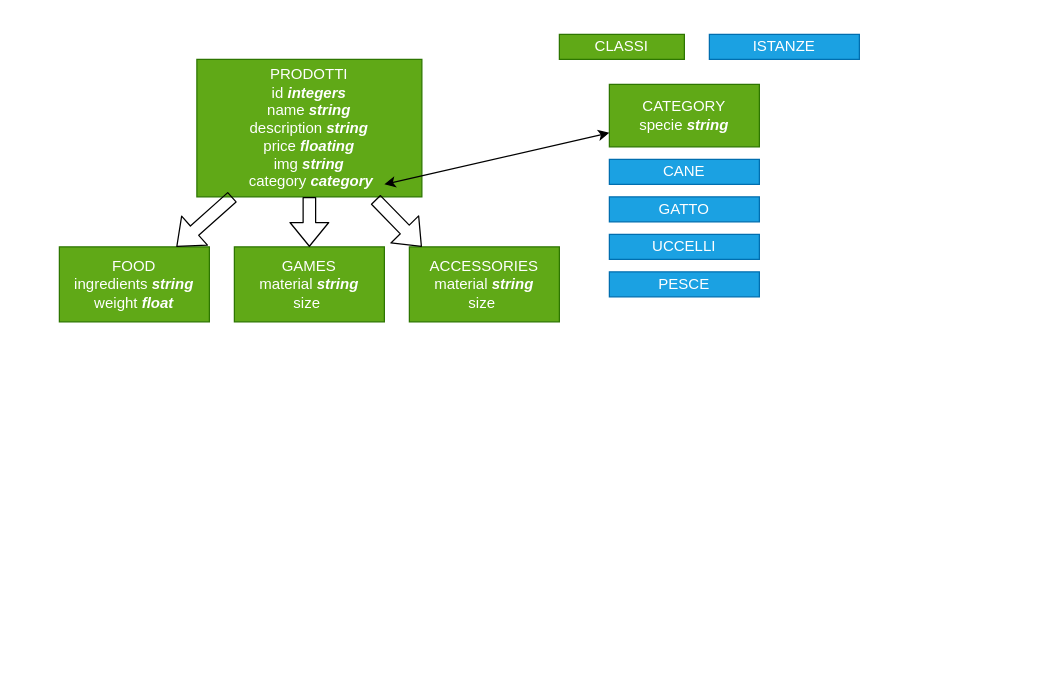
Frankosviz/php-oop-2 keeps this draw.io diagram as scheme.drawio. Above is the earlier version. Source tidied: cells renumbered, new cells numbered last; positions are measured from the earlier drawing's top-left corner, leaving out a move shared by most shapes. Both pictures are drawn from the tidied source at 125%, with x=0, y=0 at pixel (59, 34).
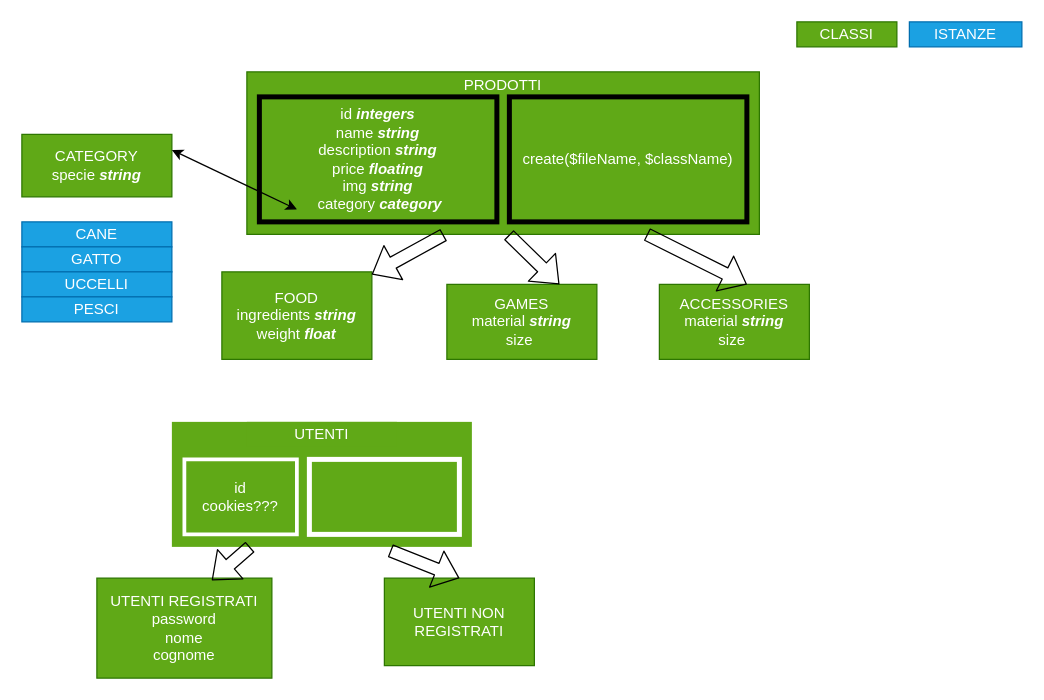
After the change.

Commit message:
UTENTI CLASSI

The edit, as a diff of the source:
```diff
@@
+    <mxCell id="18" style="rounded=0;whiteSpace=wrap;html=1;strokeColor=none;strokeWidth=3;fontColor=#ffffff;fillColor=#60a917;" parent="1" vertex="1">
+      <mxGeometry x="90" y="310" width="240" height="100" as="geometry" />
+    </mxCell>
-    <mxCell id="2" value="PRODOTTI&lt;br&gt;id &lt;i&gt;&lt;b&gt;integers&lt;/b&gt;&lt;/i&gt;&lt;br&gt;name &lt;i&gt;&lt;b&gt;string&lt;/b&gt;&lt;/i&gt;&lt;br&gt;description &lt;i&gt;&lt;b&gt;string&lt;/b&gt;&lt;/i&gt;&lt;br&gt;price &lt;i&gt;&lt;b&gt;floating&lt;/b&gt;&lt;br&gt;&lt;/i&gt;img &lt;b style=&quot;font-style: italic;&quot;&gt;string&lt;br&gt;&amp;nbsp;&lt;/b&gt;category&amp;nbsp;&lt;b style=&quot;font-style: italic;&quot;&gt;category&lt;br&gt;&lt;/b&gt;" style="rounded=0;whiteSpace=wrap;html=1;fillColor=#60a917;fontColor=#ffffff;strokeColor=#2D7600;" parent="1" vertex="1">
-      <mxGeometry x="110" y="20" width="180" height="110" as="geometry" />
+    <mxCell id="2" value="&lt;b style=&quot;font-style: italic;&quot;&gt;&lt;br&gt;&lt;/b&gt;" style="rounded=0;whiteSpace=wrap;html=1;fillColor=#60a917;fontColor=#ffffff;strokeColor=#2D7600;" parent="1" vertex="1">
+      <mxGeometry x="150" y="30" width="410" height="130" as="geometry" />
     </mxCell>
     <mxCell id="3" value="FOOD&lt;br&gt;ingredients &lt;b&gt;&lt;i&gt;string&lt;/i&gt;&lt;/b&gt;&lt;br&gt;weight&lt;b&gt; &lt;i style=&quot;&quot;&gt;float&lt;/i&gt;&lt;/b&gt;" style="rounded=0;whiteSpace=wrap;html=1;fillColor=#60a917;fontColor=#ffffff;strokeColor=#2D7600;" parent="1" vertex="1">
-      <mxGeometry y="170" width="120" height="60" as="geometry" />
+      <mxGeometry x="130" y="190" width="120" height="70" as="geometry" />
     </mxCell>
     <mxCell id="4" value="GAMES&lt;br&gt;material &lt;b&gt;&lt;i&gt;string&lt;/i&gt;&lt;/b&gt;&lt;br&gt;size&amp;nbsp;" style="rounded=0;whiteSpace=wrap;html=1;fillColor=#60a917;fontColor=#ffffff;strokeColor=#2D7600;" parent="1" vertex="1">
-      <mxGeometry x="140" y="170" width="120" height="60" as="geometry" />
+      <mxGeometry x="310" y="200" width="120" height="60" as="geometry" />
     </mxCell>
     <mxCell id="5" value="ACCESSORIES&lt;br&gt;material&amp;nbsp;&lt;b&gt;&lt;i&gt;string&lt;/i&gt;&lt;/b&gt;&lt;br&gt;size&amp;nbsp;" style="rounded=0;whiteSpace=wrap;html=1;fillColor=#60a917;fontColor=#ffffff;strokeColor=#2D7600;" parent="1" vertex="1">
-      <mxGeometry x="280" y="170" width="120" height="60" as="geometry" />
+      <mxGeometry x="480" y="200" width="120" height="60" as="geometry" />
     </mxCell>
     <mxCell id="6" value="CLASSI" style="rounded=0;whiteSpace=wrap;html=1;fillColor=#60a917;fontColor=#ffffff;strokeColor=#2D7600;" parent="1" vertex="1">
-      <mxGeometry x="400" width="100" height="20" as="geometry" />
+      <mxGeometry x="590" y="-10" width="80" height="20" as="geometry" />
     </mxCell>
-    <mxCell id="7" style="shape=flexArrow;endArrow=classic;html=1;fontColor=#FFFFFF;entryX=0.083;entryY=0;entryDx=0;entryDy=0;entryPerimeter=0;exitX=0.794;exitY=1.019;exitDx=0;exitDy=0;exitPerimeter=0;" parent="1" edge="1" source="2" target="5">
-      <mxGeometry relative="1" as="geometry" />
-    </mxCell>
-    <mxCell id="8" style="shape=flexArrow;endArrow=classic;html=1;fontColor=#FFFFFF;exitX=0.5;exitY=1;exitDx=0;exitDy=0;" parent="1" edge="1" source="2" target="4">
-      <mxGeometry relative="1" as="geometry" />
-    </mxCell>
     <mxCell id="9" style="shape=flexArrow;endArrow=classic;html=1;fontColor=#FFFFFF;" parent="1" edge="1" source="2">
       <mxGeometry relative="1" as="geometry">
-        <mxPoint x="270" y="130" as="targetPoint" />
+        <mxPoint x="430" y="160" as="targetPoint" />
       </mxGeometry>
     </mxCell>
-    <mxCell id="10" style="shape=flexArrow;endArrow=classic;html=1;fontColor=#FFFFFF;" parent="1" edge="1" source="2" target="3">
-      <mxGeometry relative="1" as="geometry" />
-    </mxCell>
     <mxCell id="11" value="CATEGORY&lt;br&gt;specie &lt;b&gt;&lt;i&gt;string&lt;/i&gt;&lt;/b&gt;" style="rounded=0;whiteSpace=wrap;html=1;fontColor=#ffffff;fillColor=#60a917;strokeColor=#2D7600;" parent="1" vertex="1">
-      <mxGeometry x="440" y="40" width="120" height="50" as="geometry" />
+      <mxGeometry x="-30" y="80" width="120" height="50" as="geometry" />
     </mxCell>
-    <mxCell id="12" style="endArrow=classic;startArrow=classic;html=1;fontColor=#FFFFFF;" parent="1" edge="1" target="11">
-      <mxGeometry relative="1" as="geometry">
-        <mxPoint x="260" y="120" as="sourcePoint" />
-      </mxGeometry>
-    </mxCell>
     <mxCell id="13" value="ISTANZE" style="rounded=0;whiteSpace=wrap;html=1;fontColor=#ffffff;fillColor=#1ba1e2;strokeColor=#006EAF;" parent="1" vertex="1">
-      <mxGeometry x="520" width="120" height="20" as="geometry" />
+      <mxGeometry x="680" y="-10" width="90" height="20" as="geometry" />
     </mxCell>
     <mxCell id="14" value="CANE" style="rounded=0;whiteSpace=wrap;html=1;fontColor=#ffffff;fillColor=#1ba1e2;strokeColor=#006EAF;" parent="1" vertex="1">
-      <mxGeometry x="440" y="100" width="120" height="20" as="geometry" />
+      <mxGeometry x="-30" y="150" width="120" height="20" as="geometry" />
     </mxCell>
     <mxCell id="15" value="GATTO" style="rounded=0;whiteSpace=wrap;html=1;fontColor=#ffffff;fillColor=#1ba1e2;strokeColor=#006EAF;" parent="1" vertex="1">
-      <mxGeometry x="440" y="130" width="120" height="20" as="geometry" />
+      <mxGeometry x="-30" y="170" width="120" height="20" as="geometry" />
     </mxCell>
     <mxCell id="16" value="UCCELLI" style="rounded=0;whiteSpace=wrap;html=1;fontColor=#ffffff;fillColor=#1ba1e2;strokeColor=#006EAF;" parent="1" vertex="1">
-      <mxGeometry x="440" y="160" width="120" height="20" as="geometry" />
+      <mxGeometry x="-30" y="190" width="120" height="20" as="geometry" />
     </mxCell>
-    <mxCell id="17" value="PESCE" style="rounded=0;whiteSpace=wrap;html=1;fontColor=#ffffff;fillColor=#1ba1e2;strokeColor=#006EAF;" parent="1" vertex="1">
-      <mxGeometry x="440" y="190" width="120" height="20" as="geometry" />
+    <mxCell id="17" value="PESCI" style="rounded=0;whiteSpace=wrap;html=1;fontColor=#ffffff;fillColor=#1ba1e2;strokeColor=#006EAF;" parent="1" vertex="1">
+      <mxGeometry x="-30" y="210" width="120" height="20" as="geometry" />
     </mxCell>
+    <mxCell id="19" value="id&lt;br&gt;cookies???" style="rounded=0;whiteSpace=wrap;html=1;fontColor=#ffffff;fillColor=#60a917;strokeColor=#FFFFFF;perimeterSpacing=3;strokeWidth=3;" parent="1" vertex="1">
+      <mxGeometry x="100" y="340" width="90" height="60" as="geometry" />
+    </mxCell>
+    <mxCell id="20" value="UTENTI REGISTRATI&lt;br&gt;password&lt;br&gt;nome&lt;br&gt;cognome" style="rounded=0;whiteSpace=wrap;html=1;fontColor=#ffffff;fillColor=#60a917;strokeColor=#2D7600;" parent="1" vertex="1">
+      <mxGeometry x="30" y="435" width="140" height="80" as="geometry" />
+    </mxCell>
+    <mxCell id="21" value="UTENTI NON REGISTRATI" style="rounded=0;whiteSpace=wrap;html=1;fontColor=#ffffff;fillColor=#60a917;strokeColor=#2D7600;" parent="1" vertex="1">
+      <mxGeometry x="260" y="435" width="120" height="70" as="geometry" />
+    </mxCell>
+    <mxCell id="22" value="id&amp;nbsp;&lt;i&gt;&lt;b&gt;integers&lt;/b&gt;&lt;/i&gt;&lt;br&gt;name&amp;nbsp;&lt;i&gt;&lt;b&gt;string&lt;/b&gt;&lt;/i&gt;&lt;br&gt;description&amp;nbsp;&lt;i&gt;&lt;b&gt;string&lt;/b&gt;&lt;/i&gt;&lt;br&gt;price&amp;nbsp;&lt;i&gt;&lt;b&gt;floating&lt;/b&gt;&lt;br&gt;&lt;/i&gt;img&amp;nbsp;&lt;b style=&quot;font-style: italic;&quot;&gt;string&lt;br&gt;&amp;nbsp;&lt;/b&gt;category&amp;nbsp;&lt;b style=&quot;font-style: italic;&quot;&gt;category&lt;/b&gt;" style="rounded=0;whiteSpace=wrap;html=1;fontColor=#ffffff;fillColor=#60a917;strokeColor=default;strokeWidth=4;perimeterSpacing=7;" parent="1" vertex="1">
+      <mxGeometry x="160" y="50" width="190" height="100" as="geometry" />
+    </mxCell>
+    <mxCell id="23" value="create($fileName, $className)" style="rounded=0;whiteSpace=wrap;html=1;fontColor=#ffffff;fillColor=#60a917;strokeColor=default;strokeWidth=4;perimeterSpacing=7;" parent="1" vertex="1">
+      <mxGeometry x="360" y="50" width="190" height="100" as="geometry" />
+    </mxCell>
+    <mxCell id="24" value="PRODOTTI" style="rounded=0;whiteSpace=wrap;html=1;strokeColor=none;strokeWidth=4;fontColor=#ffffff;fillColor=#60a917;" parent="1" vertex="1">
+      <mxGeometry x="295" y="40" width="120" as="geometry" />
+    </mxCell>
+    <mxCell id="25" style="endArrow=classic;startArrow=classic;html=1;fontColor=#FFFFFF;exitX=1;exitY=0.25;exitDx=0;exitDy=0;" parent="1" edge="1" source="11">
+      <mxGeometry relative="1" as="geometry">
+        <mxPoint x="190" y="140" as="targetPoint" />
+      </mxGeometry>
+    </mxCell>
+    <mxCell id="10" style="shape=flexArrow;endArrow=classic;html=1;fontColor=#FFFFFF;exitX=0.384;exitY=1.003;exitDx=0;exitDy=0;exitPerimeter=0;" parent="1" edge="1" source="2" target="3">
+      <mxGeometry relative="1" as="geometry" />
+    </mxCell>
+    <mxCell id="8" style="shape=flexArrow;endArrow=classic;html=1;fontColor=#FFFFFF;entryX=0.75;entryY=0;entryDx=0;entryDy=0;exitX=0.511;exitY=1.003;exitDx=0;exitDy=0;exitPerimeter=0;" parent="1" edge="1" source="2" target="4">
+      <mxGeometry relative="1" as="geometry" />
+    </mxCell>
+    <mxCell id="26" style="shape=flexArrow;endArrow=classic;html=1;fontColor=#FFFFFF;entryX=0.583;entryY=0;entryDx=0;entryDy=0;entryPerimeter=0;" parent="1" edge="1" target="5">
+      <mxGeometry relative="1" as="geometry">
+        <mxPoint x="470" y="160" as="sourcePoint" />
+      </mxGeometry>
+    </mxCell>
+    <mxCell id="27" value="UTENTI" style="rounded=0;whiteSpace=wrap;html=1;strokeColor=none;strokeWidth=3;fontColor=#ffffff;fillColor=#60a917;" parent="1" vertex="1">
+      <mxGeometry x="150" y="310" width="120" height="20" as="geometry" />
+    </mxCell>
+    <mxCell id="28" style="rounded=0;whiteSpace=wrap;html=1;strokeColor=#FFFFFF;strokeWidth=4;fontColor=#ffffff;fillColor=#60a917;" parent="1" vertex="1">
+      <mxGeometry x="200" y="340" width="120" height="60" as="geometry" />
+    </mxCell>
+    <mxCell id="29" style="shape=flexArrow;endArrow=classic;html=1;fontColor=#FFFFFF;entryX=0.657;entryY=0.021;entryDx=0;entryDy=0;entryPerimeter=0;" parent="1" edge="1" source="18" target="20">
+      <mxGeometry relative="1" as="geometry" />
+    </mxCell>
+    <mxCell id="30" style="shape=flexArrow;endArrow=classic;html=1;fontColor=#FFFFFF;entryX=0.5;entryY=0;entryDx=0;entryDy=0;exitX=0.728;exitY=1.03;exitDx=0;exitDy=0;exitPerimeter=0;" parent="1" edge="1" source="18" target="21">
+      <mxGeometry relative="1" as="geometry" />
+    </mxCell>
```
